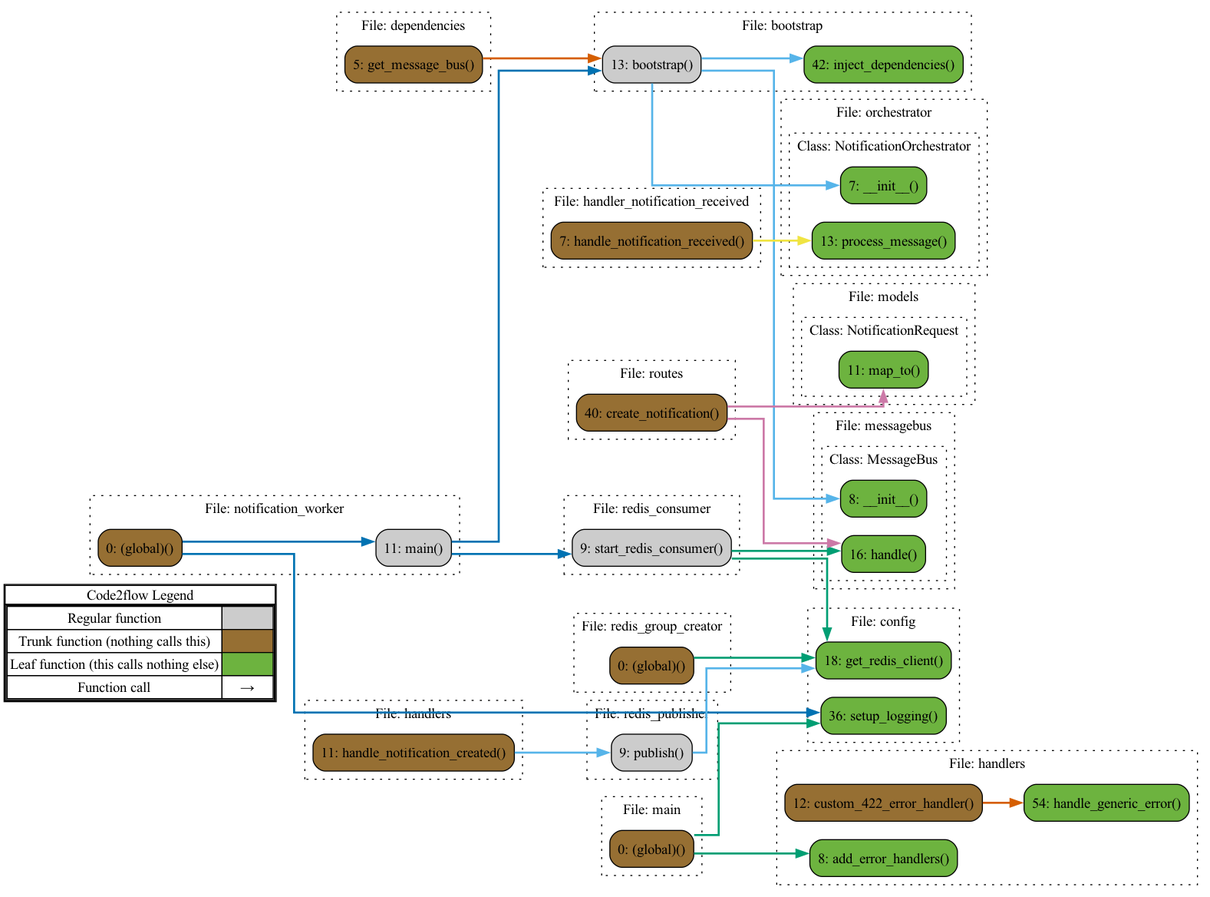
Earlier version of the Graphviz export flowchart.png (anabergese/notifications_challenge). Its source is kept beside it as flowchart.gv.
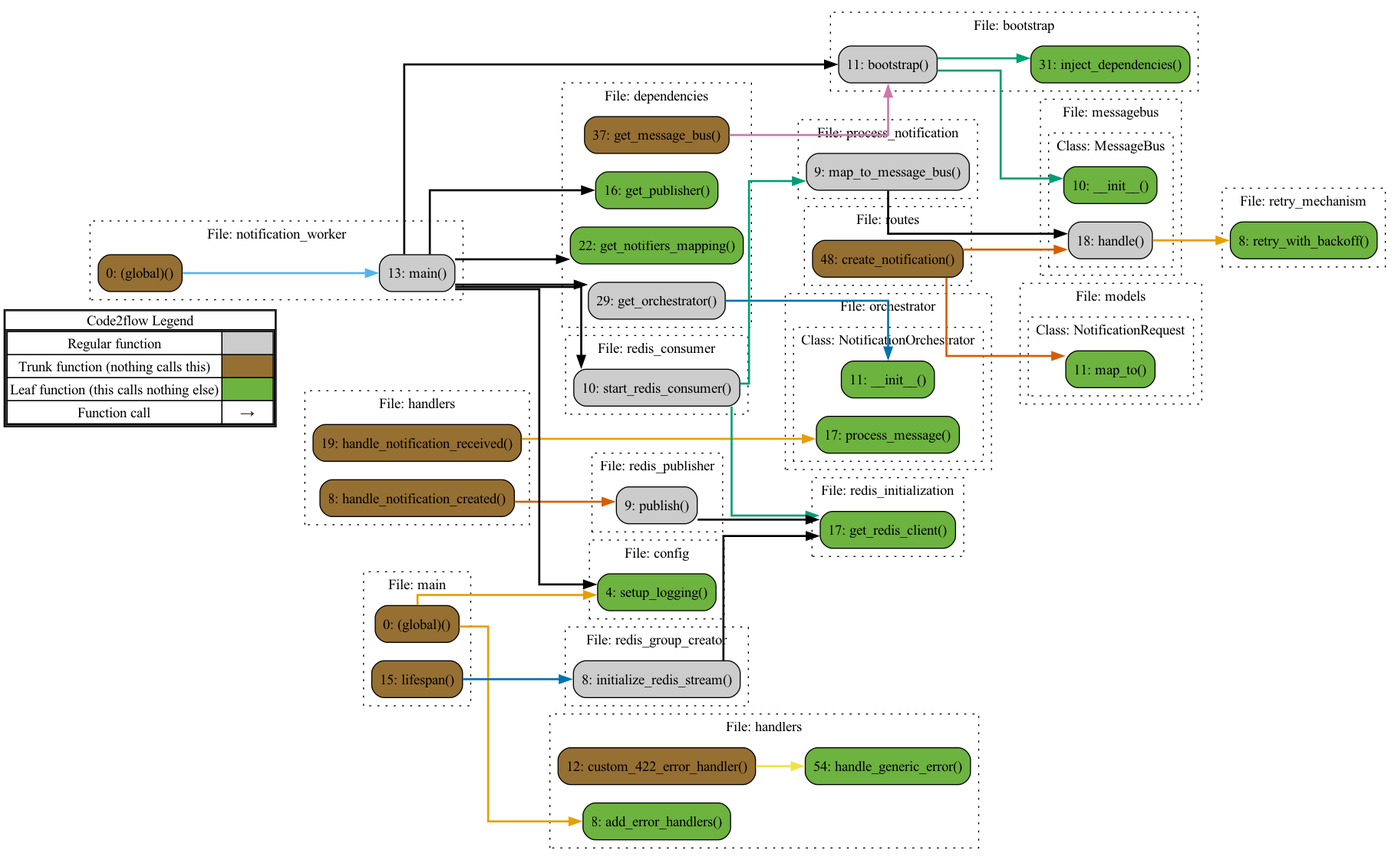
The same diagram one commit later.

What changed in the source:
```diff
@@ -14,165 +14,191 @@
         <tr><td>Function call</td><td><font color='black'>&#8594;</font></td></tr>
         </table></td></tr></table>
         >];
-}node_a55817ba [label="13: bootstrap()" name="bootstrap::bootstrap" shape="rect" style="rounded,filled" fillcolor="#cccccc" ];
-node_3280e02e [label="42: inject_dependencies()" name="bootstrap::inject_dependencies" shape="rect" style="rounded,filled" fillcolor="#6db33f" ];
-node_4bc3cfaf [label="18: get_redis_client()" name="config::get_redis_client" shape="rect" style="rounded,filled" fillcolor="#6db33f" ];
-node_bd976af3 [label="36: setup_logging()" name="config::setup_logging" shape="rect" style="rounded,filled" fillcolor="#6db33f" ];
-node_17ec982e [label="5: get_message_bus()" name="dependencies::get_message_bus" shape="rect" style="rounded,filled" fillcolor="#966F33" ];
-node_e71ce3bc [label="7: handle_notification_received()" name="handler_notification_received::handle_notification_received" shape="rect" style="rounded,filled" fillcolor="#966F33" ];
-node_1fd484b2 [label="8: add_error_handlers()" name="handlers::add_error_handlers" shape="rect" style="rounded,filled" fillcolor="#6db33f" ];
-node_ab8a02ae [label="12: custom_422_error_handler()" name="handlers::custom_422_error_handler" shape="rect" style="rounded,filled" fillcolor="#966F33" ];
-node_2353a0a1 [label="54: handle_generic_error()" name="handlers::handle_generic_error" shape="rect" style="rounded,filled" fillcolor="#6db33f" ];
-node_803b56f2 [label="11: handle_notification_created()" name="handlers::handle_notification_created" shape="rect" style="rounded,filled" fillcolor="#966F33" ];
-node_f24c1eab [label="0: (global)()" name="main::(global)" shape="rect" style="rounded,filled" fillcolor="#966F33" ];
-node_0483d355 [label="8: __init__()" name="messagebus::MessageBus.__init__" shape="rect" style="rounded,filled" fillcolor="#6db33f" ];
-node_53e1a134 [label="16: handle()" name="messagebus::MessageBus.handle" shape="rect" style="rounded,filled" fillcolor="#6db33f" ];
-node_162fe428 [label="11: map_to()" name="models::NotificationRequest.map_to" shape="rect" style="rounded,filled" fillcolor="#6db33f" ];
-node_c6f9c23d [label="0: (global)()" name="notification_worker::(global)" shape="rect" style="rounded,filled" fillcolor="#966F33" ];
-node_54ef1bcd [label="11: main()" name="notification_worker::main" shape="rect" style="rounded,filled" fillcolor="#cccccc" ];
-node_d4e0abdc [label="7: __init__()" name="orchestrator::NotificationOrchestrator.__init__" shape="rect" style="rounded,filled" fillcolor="#6db33f" ];
-node_87099d59 [label="13: process_message()" name="orchestrator::NotificationOrchestrator.process_message" shape="rect" style="rounded,filled" fillcolor="#6db33f" ];
-node_e9e2801b [label="9: start_redis_consumer()" name="redis_consumer::start_redis_consumer" shape="rect" style="rounded,filled" fillcolor="#cccccc" ];
-node_43ea3153 [label="0: (global)()" name="redis_group_creator::(global)" shape="rect" style="rounded,filled" fillcolor="#966F33" ];
-node_5e8eb292 [label="9: publish()" name="redis_publisher::publish" shape="rect" style="rounded,filled" fillcolor="#cccccc" ];
-node_2f7c0467 [label="40: create_notification()" name="routes::create_notification" shape="rect" style="rounded,filled" fillcolor="#966F33" ];
-node_a55817ba -> node_3280e02e [color="#56B4E9" penwidth="2"];
-node_a55817ba -> node_0483d355 [color="#56B4E9" penwidth="2"];
-node_a55817ba -> node_d4e0abdc [color="#56B4E9" penwidth="2"];
-node_17ec982e -> node_a55817ba [color="#D55E00" penwidth="2"];
-node_e71ce3bc -> node_87099d59 [color="#F0E442" penwidth="2"];
-node_ab8a02ae -> node_2353a0a1 [color="#D55E00" penwidth="2"];
-node_803b56f2 -> node_5e8eb292 [color="#56B4E9" penwidth="2"];
-node_f24c1eab -> node_bd976af3 [color="#009E73" penwidth="2"];
-node_f24c1eab -> node_1fd484b2 [color="#009E73" penwidth="2"];
-node_c6f9c23d -> node_bd976af3 [color="#0072B2" penwidth="2"];
-node_c6f9c23d -> node_54ef1bcd [color="#0072B2" penwidth="2"];
-node_54ef1bcd -> node_a55817ba [color="#0072B2" penwidth="2"];
-node_54ef1bcd -> node_e9e2801b [color="#0072B2" penwidth="2"];
-node_e9e2801b -> node_4bc3cfaf [color="#009E73" penwidth="2"];
-node_e9e2801b -> node_53e1a134 [color="#009E73" penwidth="2"];
-node_43ea3153 -> node_4bc3cfaf [color="#009E73" penwidth="2"];
-node_5e8eb292 -> node_4bc3cfaf [color="#56B4E9" penwidth="2"];
-node_2f7c0467 -> node_53e1a134 [color="#CC79A7" penwidth="2"];
-node_2f7c0467 -> node_162fe428 [color="#CC79A7" penwidth="2"];
-subgraph cluster_e7bddda7 {
-    node_a55817ba node_3280e02e;
+}node_b2add863 [label="11: bootstrap()" name="bootstrap::bootstrap" shape="rect" style="rounded,filled" fillcolor="#cccccc" ];
+node_4d591392 [label="31: inject_dependencies()" name="bootstrap::inject_dependencies" shape="rect" style="rounded,filled" fillcolor="#6db33f" ];
+node_8f39d69e [label="4: setup_logging()" name="config::setup_logging" shape="rect" style="rounded,filled" fillcolor="#6db33f" ];
+node_138d44e7 [label="37: get_message_bus()" name="dependencies::get_message_bus" shape="rect" style="rounded,filled" fillcolor="#966F33" ];
+node_a1969999 [label="22: get_notifiers_mapping()" name="dependencies::get_notifiers_mapping" shape="rect" style="rounded,filled" fillcolor="#6db33f" ];
+node_62d426dd [label="29: get_orchestrator()" name="dependencies::get_orchestrator" shape="rect" style="rounded,filled" fillcolor="#cccccc" ];
+node_cfed5a91 [label="16: get_publisher()" name="dependencies::get_publisher" shape="rect" style="rounded,filled" fillcolor="#6db33f" ];
+node_13963c9f [label="8: add_error_handlers()" name="handlers::add_error_handlers" shape="rect" style="rounded,filled" fillcolor="#6db33f" ];
+node_eb74a3f4 [label="12: custom_422_error_handler()" name="handlers::custom_422_error_handler" shape="rect" style="rounded,filled" fillcolor="#966F33" ];
+node_da72e7e3 [label="54: handle_generic_error()" name="handlers::handle_generic_error" shape="rect" style="rounded,filled" fillcolor="#6db33f" ];
+node_6e2cab0e [label="8: handle_notification_created()" name="handlers::handle_notification_created" shape="rect" style="rounded,filled" fillcolor="#966F33" ];
+node_b16f2299 [label="19: handle_notification_received()" name="handlers::handle_notification_received" shape="rect" style="rounded,filled" fillcolor="#966F33" ];
+node_fbfade41 [label="0: (global)()" name="main::(global)" shape="rect" style="rounded,filled" fillcolor="#966F33" ];
+node_6ecc3de5 [label="15: lifespan()" name="main::lifespan" shape="rect" style="rounded,filled" fillcolor="#966F33" ];
+node_1b564a4d [label="10: __init__()" name="messagebus::MessageBus.__init__" shape="rect" style="rounded,filled" fillcolor="#6db33f" ];
+node_91bba3c9 [label="18: handle()" name="messagebus::MessageBus.handle" shape="rect" style="rounded,filled" fillcolor="#cccccc" ];
+node_6ce70213 [label="11: map_to()" name="models::NotificationRequest.map_to" shape="rect" style="rounded,filled" fillcolor="#6db33f" ];
+node_e0912762 [label="0: (global)()" name="notification_worker::(global)" shape="rect" style="rounded,filled" fillcolor="#966F33" ];
+node_bc9ed478 [label="13: main()" name="notification_worker::main" shape="rect" style="rounded,filled" fillcolor="#cccccc" ];
+node_6ac7e2d4 [label="11: __init__()" name="orchestrator::NotificationOrchestrator.__init__" shape="rect" style="rounded,filled" fillcolor="#6db33f" ];
+node_21e7f910 [label="17: process_message()" name="orchestrator::NotificationOrchestrator.process_message" shape="rect" style="rounded,filled" fillcolor="#6db33f" ];
+node_54438aa8 [label="9: map_to_message_bus()" name="process_notification::map_to_message_bus" shape="rect" style="rounded,filled" fillcolor="#cccccc" ];
+node_7fe25cdb [label="10: start_redis_consumer()" name="redis_consumer::start_redis_consumer" shape="rect" style="rounded,filled" fillcolor="#cccccc" ];
+node_7d830b98 [label="8: initialize_redis_stream()" name="redis_group_creator::initialize_redis_stream" shape="rect" style="rounded,filled" fillcolor="#cccccc" ];
+node_942c87d9 [label="17: get_redis_client()" name="redis_initialization::get_redis_client" shape="rect" style="rounded,filled" fillcolor="#6db33f" ];
+node_c6169ef0 [label="9: publish()" name="redis_publisher::publish" shape="rect" style="rounded,filled" fillcolor="#cccccc" ];
+node_87da62c8 [label="8: retry_with_backoff()" name="retry_mechanism::retry_with_backoff" shape="rect" style="rounded,filled" fillcolor="#6db33f" ];
+node_0827cba6 [label="48: create_notification()" name="routes::create_notification" shape="rect" style="rounded,filled" fillcolor="#966F33" ];
+node_b2add863 -> node_4d591392 [color="#009E73" penwidth="2"];
+node_b2add863 -> node_1b564a4d [color="#009E73" penwidth="2"];
+node_138d44e7 -> node_b2add863 [color="#CC79A7" penwidth="2"];
+node_62d426dd -> node_6ac7e2d4 [color="#0072B2" penwidth="2"];
+node_eb74a3f4 -> node_da72e7e3 [color="#F0E442" penwidth="2"];
+node_6e2cab0e -> node_c6169ef0 [color="#D55E00" penwidth="2"];
+node_b16f2299 -> node_21e7f910 [color="#E69F00" penwidth="2"];
+node_fbfade41 -> node_8f39d69e [color="#E69F00" penwidth="2"];
+node_fbfade41 -> node_13963c9f [color="#E69F00" penwidth="2"];
+node_6ecc3de5 -> node_7d830b98 [color="#0072B2" penwidth="2"];
+node_91bba3c9 -> node_87da62c8 [color="#E69F00" penwidth="2"];
+node_e0912762 -> node_bc9ed478 [color="#56B4E9" penwidth="2"];
+node_bc9ed478 -> node_b2add863 [color="#000000" penwidth="2"];
+node_bc9ed478 -> node_8f39d69e [color="#000000" penwidth="2"];
+node_bc9ed478 -> node_a1969999 [color="#000000" penwidth="2"];
+node_bc9ed478 -> node_62d426dd [color="#000000" penwidth="2"];
+node_bc9ed478 -> node_cfed5a91 [color="#000000" penwidth="2"];
+node_bc9ed478 -> node_7fe25cdb [color="#000000" penwidth="2"];
+node_54438aa8 -> node_91bba3c9 [color="#000000" penwidth="2"];
+node_7fe25cdb -> node_54438aa8 [color="#009E73" penwidth="2"];
+node_7fe25cdb -> node_942c87d9 [color="#009E73" penwidth="2"];
+node_7d830b98 -> node_942c87d9 [color="#000000" penwidth="2"];
+node_c6169ef0 -> node_942c87d9 [color="#000000" penwidth="2"];
+node_0827cba6 -> node_91bba3c9 [color="#D55E00" penwidth="2"];
+node_0827cba6 -> node_6ce70213 [color="#D55E00" penwidth="2"];
+subgraph cluster_b315f8d4 {
+    node_b2add863 node_4d591392;
     label="File: bootstrap";
     name="bootstrap";
     style="filled";
     graph[style=dotted];
 };
-subgraph cluster_7c9b9475 {
-    node_4bc3cfaf node_bd976af3;
+subgraph cluster_4cadda9c {
+    node_8f39d69e;
     label="File: config";
     name="config";
     style="filled";
     graph[style=dotted];
 };
-subgraph cluster_3142ef89 {
-    node_17ec982e;
+subgraph cluster_f1f9e2e2 {
+    node_cfed5a91 node_a1969999 node_62d426dd node_138d44e7;
     label="File: dependencies";
     name="dependencies";
     style="filled";
     graph[style=dotted];
 };
-subgraph cluster_90f8dbbe {
-    node_e71ce3bc;
-    label="File: handler_notification_received";
-    name="handler_notification_received";
-    style="filled";
-    graph[style=dotted];
-};
-subgraph cluster_6f877ded {
-    node_1fd484b2 node_ab8a02ae node_2353a0a1;
+subgraph cluster_bc92012c {
+    node_6e2cab0e node_b16f2299;
     label="File: handlers";
     name="handlers";
     style="filled";
     graph[style=dotted];
 };
-subgraph cluster_aeac8ed4 {
-    node_803b56f2;
+subgraph cluster_4225aff6 {
+    node_13963c9f node_eb74a3f4 node_da72e7e3;
     label="File: handlers";
     name="handlers";
     style="filled";
     graph[style=dotted];
 };
-subgraph cluster_01f3a48c {
-    node_f24c1eab;
+subgraph cluster_2d70d337 {
+    node_6ecc3de5 node_fbfade41;
     label="File: main";
     name="main";
     style="filled";
     graph[style=dotted];
 };
-subgraph cluster_0d706025 {
+subgraph cluster_ac279398 {
     label="File: messagebus";
     name="messagebus";
     style="filled";
     graph[style=dotted];
-    subgraph cluster_6bf21270 {
-        node_0483d355 node_53e1a134;
+    subgraph cluster_e06c67a0 {
+        node_1b564a4d node_91bba3c9;
         label="Class: MessageBus";
         name="MessageBus";
         style="filled";
         graph[style=dotted];
     };
 };
-subgraph cluster_0fbf557d {
+subgraph cluster_b16aec6d {
     label="File: models";
     name="models";
     style="filled";
     graph[style=dotted];
-    subgraph cluster_467a75e0 {
-        node_162fe428;
+    subgraph cluster_0075af41 {
+        node_6ce70213;
         label="Class: NotificationRequest";
         name="NotificationRequest";
         style="filled";
         graph[style=dotted];
     };
 };
-subgraph cluster_e312b7fd {
-    node_54ef1bcd node_c6f9c23d;
+subgraph cluster_a056c74e {
+    node_bc9ed478 node_e0912762;
     label="File: notification_worker";
     name="notification_worker";
     style="filled";
     graph[style=dotted];
 };
-subgraph cluster_4975bd60 {
+subgraph cluster_3294b07c {
     label="File: orchestrator";
     name="orchestrator";
     style="filled";
     graph[style=dotted];
-    subgraph cluster_7d3bb1da {
-        node_d4e0abdc node_87099d59;
+    subgraph cluster_7d28888f {
+        node_6ac7e2d4 node_21e7f910;
         label="Class: NotificationOrchestrator";
         name="NotificationOrchestrator";
         style="filled";
         graph[style=dotted];
     };
 };
-subgraph cluster_faf02bd9 {
-    node_e9e2801b;
+subgraph cluster_10aa6cba {
+    node_54438aa8;
+    label="File: process_notification";
+    name="process_notification";
+    style="filled";
+    graph[style=dotted];
+};
+subgraph cluster_6a2ded2c {
+    node_7fe25cdb;
     label="File: redis_consumer";
     name="redis_consumer";
     style="filled";
     graph[style=dotted];
 };
-subgraph cluster_58723ccd {
-    node_43ea3153;
+subgraph cluster_8c334d34 {
+    node_7d830b98;
     label="File: redis_group_creator";
     name="redis_group_creator";
     style="filled";
     graph[style=dotted];
 };
-subgraph cluster_ad90ed57 {
-    node_5e8eb292;
+subgraph cluster_59f5a8dd {
+    node_942c87d9;
+    label="File: redis_initialization";
+    name="redis_initialization";
+    style="filled";
+    graph[style=dotted];
+};
+subgraph cluster_95707cd0 {
+    node_c6169ef0;
     label="File: redis_publisher";
     name="redis_publisher";
     style="filled";
     graph[style=dotted];
 };
-subgraph cluster_b065048a {
-    node_2f7c0467;
+subgraph cluster_bd7c16d1 {
+    node_87da62c8;
+    label="File: retry_mechanism";
+    name="retry_mechanism";
+    style="filled";
+    graph[style=dotted];
+};
+subgraph cluster_b7db07d3 {
+    node_0827cba6;
     label="File: routes";
     name="routes";
     style="filled";
```
